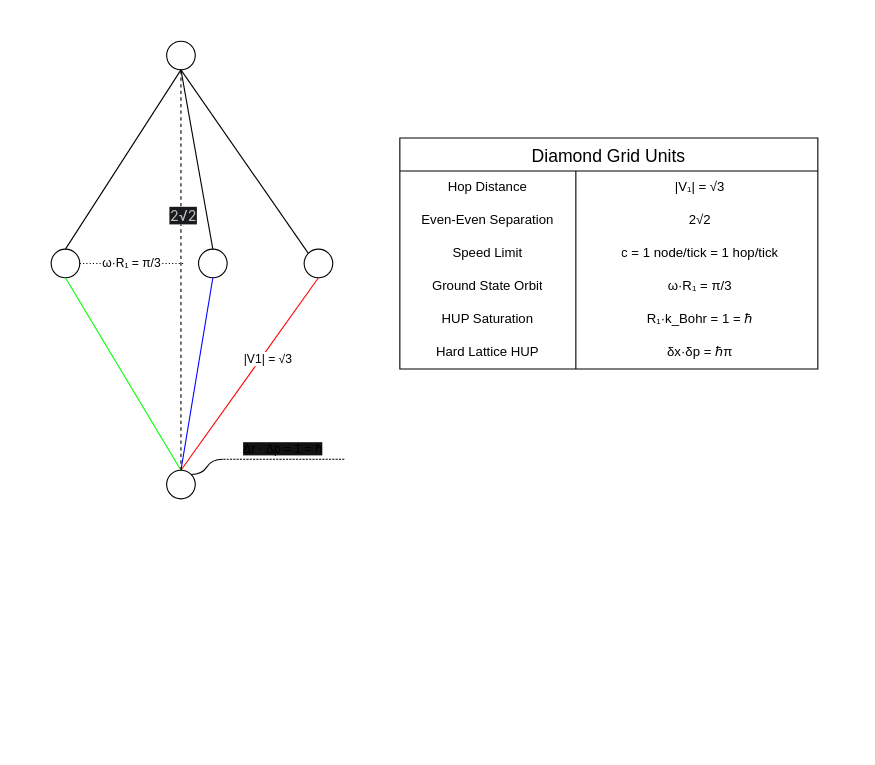
Before: figures/Diamond_Grid_Units.drawio in JackDMenendez/discrete-causal-lattice, a draw.io diagram. Source tidied: cells renumbered, new cells numbered last; positions are measured from the earlier drawing's top-left corner, leaving out a move shared by most shapes. Both pictures are drawn from the tidied source at 110%, with x=0, y=0 at pixel (51, 41).
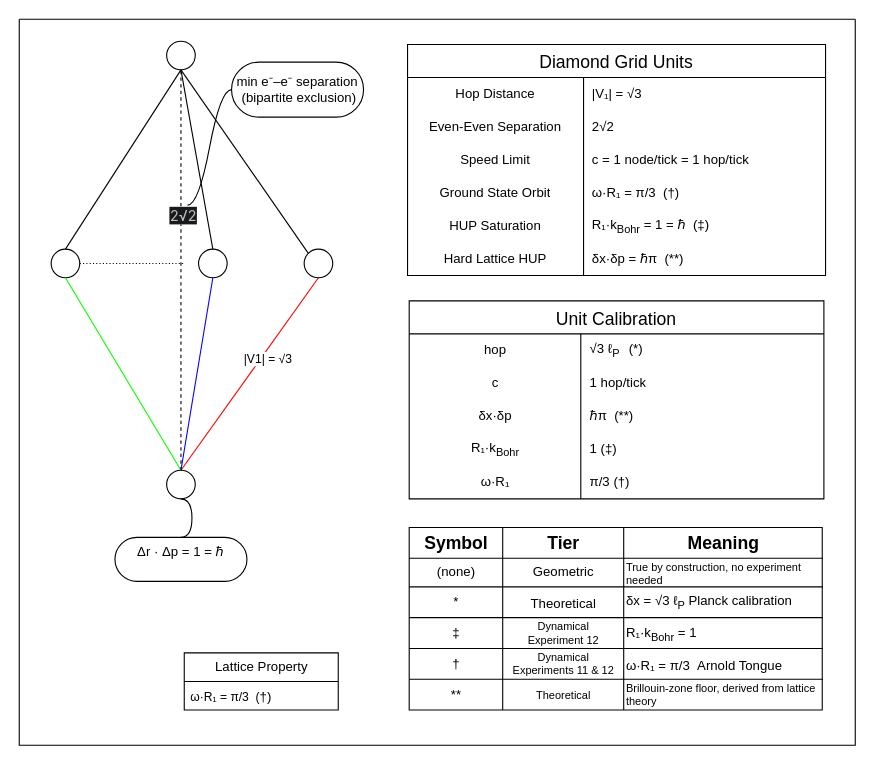
The same page after the edit.

The change refers to these unchanged cells:
```xml
<mxCell id="2" style="ellipse;whiteSpace=wrap;html=1;" parent="1" vertex="1">
  <mxGeometry y="189" width="26" height="26" as="geometry" />
</mxCell>
<mxCell id="10" style="ellipse;whiteSpace=wrap;html=1;" parent="1" vertex="1">
  <mxGeometry x="105" y="390" width="26" height="26" as="geometry" />
</mxCell>
<mxCell id="18" style="shape=tableRow;horizontal=0;startSize=0;swimlaneHead=0;swimlaneBody=0;top=0;left=0;bottom=0;right=0;fillColor=none;strokeColor=inherit;fontSize=16;" parent="17" vertex="1">
  <mxGeometry y="30" width="380" height="30" as="geometry" />
</mxCell>
<mxCell id="21" style="shape=tableRow;horizontal=0;startSize=0;swimlaneHead=0;swimlaneBody=0;top=0;left=0;bottom=0;right=0;fillColor=none;strokeColor=inherit;fontSize=16;" parent="17" vertex="1">
  <mxGeometry y="60" width="380" height="30" as="geometry" />
</mxCell>
<mxCell id="24" style="shape=tableRow;horizontal=0;startSize=0;swimlaneHead=0;swimlaneBody=0;top=0;left=0;bottom=0;right=0;fillColor=none;strokeColor=inherit;fontSize=16;" parent="17" vertex="1">
  <mxGeometry y="90" width="380" height="30" as="geometry" />
</mxCell>
<mxCell id="27" style="shape=tableRow;horizontal=0;startSize=0;swimlaneHead=0;swimlaneBody=0;top=0;left=0;bottom=0;right=0;fillColor=none;strokeColor=inherit;fontSize=16;" parent="17" vertex="1">
  <mxGeometry y="120" width="380" height="30" as="geometry" />
</mxCell>
<mxCell id="30" style="shape=tableRow;horizontal=0;startSize=0;swimlaneHead=0;swimlaneBody=0;top=0;left=0;bottom=0;right=0;fillColor=none;strokeColor=inherit;fontSize=16;" parent="17" vertex="1">
  <mxGeometry y="150" width="380" height="30" as="geometry" />
</mxCell>
<mxCell id="33" style="shape=tableRow;horizontal=0;startSize=0;swimlaneHead=0;swimlaneBody=0;top=0;left=0;bottom=0;right=0;fillColor=none;strokeColor=inherit;fontSize=16;" parent="17" vertex="1">
  <mxGeometry y="180" width="380" height="30" as="geometry" />
</mxCell>
```

Change to the diagram source:
```diff
@@
-    <mxCell id="14" value="&lt;span style=&quot;font-size: 11px; text-wrap-mode: nowrap; background-color: rgb(18, 18, 18);&quot;&gt;Δr · Δp = 1 = ℏ&lt;/span&gt;" style="whiteSpace=wrap;html=1;shape=partialRectangle;top=0;left=0;bottom=1;right=0;points=[[0,1],[1,1]];fillColor=none;align=center;verticalAlign=bottom;routingCenterY=0.5;snapToPoint=1;newEdgeStyle={&quot;edgeStyle&quot;:&quot;entityRelationEdgeStyle&quot;,&quot;startArrow&quot;:&quot;none&quot;,&quot;endArrow&quot;:&quot;none&quot;,&quot;segment&quot;:10,&quot;curved&quot;:1,&quot;sourcePerimeterSpacing&quot;:0,&quot;targetPerimeterSpacing&quot;:0};dashed=1;dashPattern=1 2;" parent="1" vertex="1">
-      <mxGeometry x="156" y="350" width="110" height="30" as="geometry" />
-    </mxCell>
-    <mxCell id="15" style="edgeStyle=entityRelationEdgeStyle;startArrow=none;endArrow=none;segment=10;curved=1;sourcePerimeterSpacing=0;targetPerimeterSpacing=0;rounded=0;exitX=1;exitY=0;exitDx=0;exitDy=0;" parent="1" edge="1" source="10" target="14">
-      <mxGeometry relative="1" as="geometry" />
-    </mxCell>
-    <mxCell id="16" value="ω·R₁ = π/3" style="endArrow=none;html=1;rounded=0;exitX=1;exitY=0.5;exitDx=0;exitDy=0;dashed=1;dashPattern=1 2;" parent="1" edge="1" source="2">
+    <mxCell id="16" style="endArrow=none;html=1;rounded=0;exitX=1;exitY=0.5;exitDx=0;exitDy=0;dashed=1;dashPattern=1 2;" parent="1" edge="1" source="2">
       <mxGeometry relative="1" as="geometry">
         <mxPoint x="120" y="202" as="targetPoint" />
       </mxGeometry>
     </mxCell>
     <mxCell id="17" value="Diamond Grid Units" style="shape=table;startSize=30;childLayout=tableLayout;rowLines=0;fontStyle=0;strokeColor=default;fontSize=16;" parent="1" vertex="1">
-      <mxGeometry x="317" y="88" width="380" height="210" as="geometry" />
+      <mxGeometry x="324" y="3" width="380" height="210" as="geometry" />
     </mxCell>
@@
-    <mxCell id="20" value="|V₁| = √3" style="shape=partialRectangle;html=1;whiteSpace=wrap;fillColor=none;top=0;left=0;bottom=0;right=0;align=center;spacingLeft=6;overflow=hidden;strokeColor=inherit;fontSize=12;" parent="18" vertex="1">
+    <mxCell id="20" value="|V₁| = √3" style="shape=partialRectangle;html=1;whiteSpace=wrap;fillColor=none;top=0;left=0;bottom=0;right=0;align=left;spacingLeft=6;overflow=hidden;strokeColor=inherit;fontSize=12;" parent="18" vertex="1">
       <mxGeometry x="160" width="220" height="30" as="geometry" />
     </mxCell>
@@
-    <mxCell id="23" value="2√2" style="shape=partialRectangle;html=1;whiteSpace=wrap;fillColor=none;top=0;left=0;bottom=0;right=0;align=center;spacingLeft=6;overflow=hidden;strokeColor=inherit;" parent="21" vertex="1">
+    <mxCell id="23" value="2√2" style="shape=partialRectangle;html=1;whiteSpace=wrap;fillColor=none;top=0;left=0;bottom=0;right=0;align=left;spacingLeft=6;overflow=hidden;strokeColor=inherit;" parent="21" vertex="1">
       <mxGeometry x="160" width="220" height="30" as="geometry" />
     </mxCell>
@@
-    <mxCell id="26" value="c = 1 node/tick = 1 hop/tick" style="shape=partialRectangle;html=1;whiteSpace=wrap;fillColor=none;top=0;left=0;bottom=0;right=0;align=center;spacingLeft=6;overflow=hidden;strokeColor=inherit;" parent="24" vertex="1">
+    <mxCell id="26" value="c = 1 node/tick = 1 hop/tick" style="shape=partialRectangle;html=1;whiteSpace=wrap;fillColor=none;top=0;left=0;bottom=0;right=0;align=left;spacingLeft=6;overflow=hidden;strokeColor=inherit;" parent="24" vertex="1">
       <mxGeometry x="160" width="220" height="30" as="geometry" />
     </mxCell>
@@
-    <mxCell id="29" value="ω·R₁ = π/3" style="shape=partialRectangle;html=1;whiteSpace=wrap;fillColor=none;top=0;left=0;bottom=0;right=0;align=center;spacingLeft=6;overflow=hidden;strokeColor=inherit;" parent="27" vertex="1">
+    <mxCell id="29" value="ω·R₁ = π/3&amp;nbsp; (&lt;span style=&quot;background-color: transparent;&quot;&gt;†)&lt;/span&gt;" style="shape=partialRectangle;html=1;whiteSpace=wrap;fillColor=none;top=0;left=0;bottom=0;right=0;align=left;spacingLeft=6;overflow=hidden;strokeColor=inherit;" parent="27" vertex="1">
       <mxGeometry x="160" width="220" height="30" as="geometry" />
     </mxCell>
@@
-    <mxCell id="32" value="R₁·k_Bohr = 1 = ℏ" style="shape=partialRectangle;html=1;whiteSpace=wrap;fillColor=none;top=0;left=0;bottom=0;right=0;align=center;spacingLeft=6;overflow=hidden;strokeColor=inherit;" parent="30" vertex="1">
+    <mxCell id="32" value="R₁·k&lt;sub&gt;Bohr&lt;/sub&gt; = 1 = ℏ&amp;nbsp; (‡)" style="shape=partialRectangle;html=1;whiteSpace=wrap;fillColor=none;top=0;left=0;bottom=0;right=0;align=left;spacingLeft=6;overflow=hidden;strokeColor=inherit;" parent="30" vertex="1">
       <mxGeometry x="160" width="220" height="30" as="geometry" />
     </mxCell>
@@
-    <mxCell id="35" value="δx·δp = ℏπ" style="shape=partialRectangle;html=1;whiteSpace=wrap;fillColor=none;top=0;left=0;bottom=0;right=0;align=center;spacingLeft=6;overflow=hidden;strokeColor=inherit;" parent="33" vertex="1">
+    <mxCell id="35" value="δx·δp = ℏπ&amp;nbsp; (&lt;span style=&quot;text-align: center;&quot;&gt;**)&lt;/span&gt;" style="shape=partialRectangle;html=1;whiteSpace=wrap;fillColor=none;top=0;left=0;bottom=0;right=0;align=left;spacingLeft=6;overflow=hidden;strokeColor=inherit;" parent="33" vertex="1">
       <mxGeometry x="160" width="220" height="30" as="geometry" />
     </mxCell>
+    <mxCell id="14" value="Δr · Δp = 1 = ℏ&lt;div&gt;&lt;br&gt;&lt;/div&gt;" style="whiteSpace=wrap;html=1;rounded=1;arcSize=50;align=center;verticalAlign=middle;strokeWidth=1;spacing=4;newEdgeStyle={&quot;edgeStyle&quot;:&quot;entityRelationEdgeStyle&quot;,&quot;startArrow&quot;:&quot;none&quot;,&quot;endArrow&quot;:&quot;none&quot;,&quot;segment&quot;:10,&quot;curved&quot;:1,&quot;sourcePerimeterSpacing&quot;:0,&quot;targetPerimeterSpacing&quot;:0};direction=west;" parent="1" vertex="1">
+      <mxGeometry x="58" y="451" width="120" height="40" as="geometry" />
+    </mxCell>
+    <mxCell id="15" style="edgeStyle=entityRelationEdgeStyle;startArrow=none;endArrow=none;segment=10;curved=1;sourcePerimeterSpacing=0;targetPerimeterSpacing=0;rounded=0;entryX=0.5;entryY=1;entryDx=0;entryDy=0;exitX=0.5;exitY=1;exitDx=0;exitDy=0;" parent="1" edge="1" source="10" target="14">
+      <mxGeometry relative="1" as="geometry" />
+    </mxCell>
+    <mxCell id="36" value="min e⁻–e⁻ separation&lt;div&gt;&amp;nbsp;(bipartite exclusion)&lt;/div&gt;" style="whiteSpace=wrap;html=1;rounded=1;arcSize=50;align=center;verticalAlign=middle;strokeWidth=1;spacing=4;newEdgeStyle={&quot;edgeStyle&quot;:&quot;entityRelationEdgeStyle&quot;,&quot;startArrow&quot;:&quot;none&quot;,&quot;endArrow&quot;:&quot;none&quot;,&quot;segment&quot;:10,&quot;curved&quot;:1,&quot;sourcePerimeterSpacing&quot;:0,&quot;targetPerimeterSpacing&quot;:0};" parent="1" vertex="1">
+      <mxGeometry x="164" y="19" width="120" height="50" as="geometry" />
+    </mxCell>
+    <mxCell id="37" style="edgeStyle=entityRelationEdgeStyle;startArrow=none;endArrow=none;segment=10;curved=1;sourcePerimeterSpacing=0;targetPerimeterSpacing=0;rounded=0;" parent="1" edge="1" target="36">
+      <mxGeometry relative="1" as="geometry">
+        <mxPoint x="124" y="149" as="sourcePoint" />
+      </mxGeometry>
+    </mxCell>
+    <mxCell id="38" value="Unit Calibration" style="shape=table;startSize=30;childLayout=tableLayout;rowLines=0;fontStyle=0;strokeColor=default;fontSize=16;" parent="1" vertex="1">
+      <mxGeometry x="325.5" y="236" width="377" height="180" as="geometry" />
+    </mxCell>
+    <mxCell id="39" style="shape=tableRow;horizontal=0;startSize=0;swimlaneHead=0;swimlaneBody=0;top=0;left=0;bottom=0;right=0;fillColor=none;strokeColor=inherit;fontSize=16;" parent="38" vertex="1">
+      <mxGeometry y="30" width="377" height="30" as="geometry" />
+    </mxCell>
+    <mxCell id="40" value="hop" style="shape=partialRectangle;html=1;whiteSpace=wrap;fillColor=none;top=0;left=0;bottom=0;right=0;overflow=hidden;strokeColor=inherit;fontSize=12;" parent="39" vertex="1">
+      <mxGeometry width="156" height="30" as="geometry" />
+    </mxCell>
+    <mxCell id="41" value="√3 ℓ&lt;sub&gt;P&amp;nbsp; &amp;nbsp;&lt;/sub&gt;&lt;span style=&quot;text-align: center;&quot;&gt;(*)&lt;/span&gt;" style="shape=partialRectangle;html=1;whiteSpace=wrap;fillColor=none;top=0;left=0;bottom=0;right=0;align=left;spacingLeft=6;overflow=hidden;strokeColor=inherit;" parent="39" vertex="1">
+      <mxGeometry x="156" width="221" height="30" as="geometry" />
+    </mxCell>
+    <mxCell id="42" style="shape=tableRow;horizontal=0;startSize=0;swimlaneHead=0;swimlaneBody=0;top=0;left=0;bottom=0;right=0;fillColor=none;strokeColor=inherit;fontSize=16;" parent="38" vertex="1">
+      <mxGeometry y="60" width="377" height="30" as="geometry" />
+    </mxCell>
+    <mxCell id="43" value="c" style="shape=partialRectangle;html=1;whiteSpace=wrap;fillColor=none;top=0;left=0;bottom=0;right=0;overflow=hidden;strokeColor=inherit;fontSize=12;" parent="42" vertex="1">
+      <mxGeometry width="156" height="30" as="geometry" />
+    </mxCell>
+    <mxCell id="44" value="1 hop/tick" style="shape=partialRectangle;html=1;whiteSpace=wrap;fillColor=none;top=0;left=0;bottom=0;right=0;align=left;spacingLeft=6;overflow=hidden;strokeColor=inherit;fontSize=12;" parent="42" vertex="1">
+      <mxGeometry x="156" width="221" height="30" as="geometry" />
+    </mxCell>
+    <mxCell id="45" style="shape=tableRow;horizontal=0;startSize=0;swimlaneHead=0;swimlaneBody=0;top=0;left=0;bottom=0;right=0;fillColor=none;strokeColor=inherit;fontSize=16;" parent="38" vertex="1">
+      <mxGeometry y="90" width="377" height="30" as="geometry" />
+    </mxCell>
+    <mxCell id="46" value="δx·δp" style="shape=partialRectangle;html=1;whiteSpace=wrap;fillColor=none;top=0;left=0;bottom=0;right=0;overflow=hidden;strokeColor=inherit;" parent="45" vertex="1">
+      <mxGeometry width="156" height="30" as="geometry" />
+    </mxCell>
+    <mxCell id="47" value="ℏπ&amp;nbsp; (**)" style="shape=partialRectangle;html=1;whiteSpace=wrap;fillColor=none;top=0;left=0;bottom=0;right=0;align=left;spacingLeft=6;overflow=hidden;strokeColor=inherit;" parent="45" vertex="1">
+      <mxGeometry x="156" width="221" height="30" as="geometry" />
+    </mxCell>
+    <mxCell id="48" style="shape=tableRow;horizontal=0;startSize=0;swimlaneHead=0;swimlaneBody=0;top=0;left=0;bottom=0;right=0;fillColor=none;strokeColor=inherit;fontSize=16;" parent="38" vertex="1">
+      <mxGeometry y="120" width="377" height="30" as="geometry" />
+    </mxCell>
+    <mxCell id="49" value="R₁·k&lt;sub&gt;Bohr&lt;/sub&gt;" style="shape=partialRectangle;html=1;whiteSpace=wrap;fillColor=none;top=0;left=0;bottom=0;right=0;overflow=hidden;strokeColor=inherit;" parent="48" vertex="1">
+      <mxGeometry width="156" height="30" as="geometry" />
+    </mxCell>
+    <mxCell id="50" value="1 (‡)" style="shape=partialRectangle;html=1;whiteSpace=wrap;fillColor=none;top=0;left=0;bottom=0;right=0;align=left;spacingLeft=6;overflow=hidden;strokeColor=inherit;" parent="48" vertex="1">
+      <mxGeometry x="156" width="221" height="30" as="geometry" />
+    </mxCell>
+    <mxCell id="51" style="shape=tableRow;horizontal=0;startSize=0;swimlaneHead=0;swimlaneBody=0;top=0;left=0;bottom=0;right=0;fillColor=none;strokeColor=inherit;fontSize=16;" parent="38" vertex="1">
+      <mxGeometry y="150" width="377" height="30" as="geometry" />
+    </mxCell>
+    <mxCell id="52" value="ω·R₁" style="shape=partialRectangle;html=1;whiteSpace=wrap;fillColor=none;top=0;left=0;bottom=0;right=0;overflow=hidden;strokeColor=inherit;" parent="51" vertex="1">
+      <mxGeometry width="156" height="30" as="geometry" />
+    </mxCell>
+    <mxCell id="53" value="π/3 (†)" style="shape=partialRectangle;html=1;whiteSpace=wrap;fillColor=none;top=0;left=0;bottom=0;right=0;align=left;spacingLeft=6;overflow=hidden;strokeColor=inherit;" parent="51" vertex="1">
+      <mxGeometry x="156" width="221" height="30" as="geometry" />
+    </mxCell>
+    <mxCell id="54" style="shape=table;startSize=0;childLayout=tableLayout;fontSize=16;" parent="1" vertex="1">
+      <mxGeometry x="325.5" y="442" width="375.5" height="166" as="geometry" />
+    </mxCell>
+    <mxCell id="55" style="shape=tableRow;horizontal=0;startSize=0;swimlaneHead=0;swimlaneBody=0;strokeColor=inherit;top=0;left=0;bottom=0;right=0;fillColor=none;fontSize=16;" parent="54" vertex="1">
+      <mxGeometry width="375.5" height="28" as="geometry" />
+    </mxCell>
+    <mxCell id="56" value="Symbol" style="shape=partialRectangle;html=1;whiteSpace=wrap;strokeColor=inherit;overflow=hidden;fillColor=none;top=0;left=0;bottom=0;right=0;fontSize=16;fontStyle=1;" parent="55" vertex="1">
+      <mxGeometry width="85" height="28" as="geometry" />
+    </mxCell>
+    <mxCell id="57" value="Tier" style="shape=partialRectangle;html=1;whiteSpace=wrap;strokeColor=inherit;overflow=hidden;fillColor=none;top=0;left=0;bottom=0;right=0;fontSize=16;fontStyle=1;" parent="55" vertex="1">
+      <mxGeometry x="85" width="110" height="28" as="geometry" />
+    </mxCell>
+    <mxCell id="58" value="Meaning" style="shape=partialRectangle;html=1;whiteSpace=wrap;strokeColor=inherit;overflow=hidden;fillColor=none;top=0;left=0;bottom=0;right=0;fontSize=16;fontStyle=1;" parent="55" vertex="1">
+      <mxGeometry x="195" width="181" height="28" as="geometry" />
+    </mxCell>
+    <mxCell id="59" style="shape=tableRow;horizontal=0;startSize=0;swimlaneHead=0;swimlaneBody=0;strokeColor=inherit;top=0;left=0;bottom=0;right=0;fillColor=none;fontSize=16;" parent="54" vertex="1">
+      <mxGeometry y="28" width="375.5" height="26" as="geometry" />
+    </mxCell>
+    <mxCell id="60" value="(none)" style="shape=partialRectangle;html=1;whiteSpace=wrap;strokeColor=inherit;overflow=hidden;fillColor=none;top=0;left=0;bottom=0;right=0;fontSize=12;" parent="59" vertex="1">
+      <mxGeometry width="85" height="26" as="geometry" />
+    </mxCell>
+    <mxCell id="61" value="Geometric" style="shape=partialRectangle;html=1;whiteSpace=wrap;strokeColor=inherit;overflow=hidden;fillColor=none;top=0;left=0;bottom=0;right=0;fontSize=12;" parent="59" vertex="1">
+      <mxGeometry x="85" width="110" height="26" as="geometry" />
+    </mxCell>
+    <mxCell id="62" value="True by construction, no experiment&lt;div&gt;needed&lt;/div&gt;" style="shape=partialRectangle;html=1;whiteSpace=wrap;strokeColor=inherit;overflow=hidden;fillColor=none;top=0;left=0;bottom=0;right=0;fontSize=10;align=left;" parent="59" vertex="1">
+      <mxGeometry x="195" width="181" height="26" as="geometry" />
+    </mxCell>
+    <mxCell id="63" style="shape=tableRow;horizontal=0;startSize=0;swimlaneHead=0;swimlaneBody=0;strokeColor=inherit;top=0;left=0;bottom=0;right=0;fillColor=none;fontSize=16;" parent="54" vertex="1">
+      <mxGeometry y="54" width="375.5" height="28" as="geometry" />
+    </mxCell>
+    <mxCell id="64" value="*" style="shape=partialRectangle;html=1;whiteSpace=wrap;strokeColor=inherit;overflow=hidden;fillColor=none;top=0;left=0;bottom=0;right=0;" parent="63" vertex="1">
+      <mxGeometry width="85" height="28" as="geometry" />
+    </mxCell>
+    <mxCell id="65" value="&lt;font style=&quot;font-size: 12px;&quot;&gt;Theoretical&lt;/font&gt;" style="shape=partialRectangle;html=1;whiteSpace=wrap;strokeColor=inherit;overflow=hidden;fillColor=none;top=0;left=0;bottom=0;right=0;fontSize=16;" parent="63" vertex="1">
+      <mxGeometry x="85" width="110" height="28" as="geometry" />
+    </mxCell>
+    <mxCell id="66" value="δx = √3 ℓ&lt;sub&gt;P&lt;/sub&gt; Planck calibration" style="shape=partialRectangle;html=1;whiteSpace=wrap;strokeColor=inherit;overflow=hidden;fillColor=none;top=0;left=0;bottom=0;right=0;align=left;" parent="63" vertex="1">
+      <mxGeometry x="195" width="181" height="28" as="geometry" />
+    </mxCell>
+    <mxCell id="67" style="shape=tableRow;horizontal=0;startSize=0;swimlaneHead=0;swimlaneBody=0;strokeColor=inherit;top=0;left=0;bottom=0;right=0;fillColor=none;fontSize=16;" parent="54" vertex="1">
+      <mxGeometry y="82" width="375.5" height="28" as="geometry" />
+    </mxCell>
+    <mxCell id="68" value="‡" style="shape=partialRectangle;html=1;whiteSpace=wrap;strokeColor=inherit;overflow=hidden;fillColor=none;top=0;left=0;bottom=0;right=0;" parent="67" vertex="1">
+      <mxGeometry width="85" height="28" as="geometry" />
+    </mxCell>
+    <mxCell id="69" value="Dynamical&lt;div&gt;Experiment 12&lt;/div&gt;" style="shape=partialRectangle;html=1;whiteSpace=wrap;strokeColor=inherit;overflow=hidden;fillColor=none;top=0;left=0;bottom=0;right=0;fontSize=10;" parent="67" vertex="1">
+      <mxGeometry x="85" width="110" height="28" as="geometry" />
+    </mxCell>
+    <mxCell id="70" value="&lt;span style=&quot;font-size: 12px;&quot;&gt;R₁·k&lt;/span&gt;&lt;sub style=&quot;&quot;&gt;&lt;font style=&quot;font-size: 10px;&quot;&gt;Bohr&lt;/font&gt;&lt;/sub&gt;&lt;span style=&quot;font-size: 12px;&quot;&gt;&amp;nbsp;= 1&lt;/span&gt;" style="shape=partialRectangle;html=1;whiteSpace=wrap;strokeColor=inherit;overflow=hidden;fillColor=none;top=0;left=0;bottom=0;right=0;fontSize=16;align=left;" parent="67" vertex="1">
+      <mxGeometry x="195" width="181" height="28" as="geometry" />
+    </mxCell>
+    <mxCell id="71" style="shape=tableRow;horizontal=0;startSize=0;swimlaneHead=0;swimlaneBody=0;strokeColor=inherit;top=0;left=0;bottom=0;right=0;fillColor=none;fontSize=16;" parent="54" vertex="1">
+      <mxGeometry y="110" width="375.5" height="28" as="geometry" />
+    </mxCell>
+    <mxCell id="72" value="†" style="shape=partialRectangle;html=1;whiteSpace=wrap;strokeColor=inherit;overflow=hidden;fillColor=none;top=0;left=0;bottom=0;right=0;" parent="71" vertex="1">
+      <mxGeometry width="85" height="28" as="geometry" />
+    </mxCell>
+    <mxCell id="73" value="Dynamical&lt;div&gt;Experiments 11 &amp;amp; 12&lt;/div&gt;" style="shape=partialRectangle;html=1;whiteSpace=wrap;strokeColor=inherit;overflow=hidden;fillColor=none;top=0;left=0;bottom=0;right=0;fontSize=10;" parent="71" vertex="1">
+      <mxGeometry x="85" width="110" height="28" as="geometry" />
+    </mxCell>
+    <mxCell id="74" value="&lt;span style=&quot;font-size: 12px;&quot;&gt;ω·R₁ = π/3&amp;nbsp; Arnold Tongue&lt;/span&gt;" style="shape=partialRectangle;html=1;whiteSpace=wrap;strokeColor=inherit;overflow=hidden;fillColor=none;top=0;left=0;bottom=0;right=0;fontSize=16;align=left;" parent="71" vertex="1">
+      <mxGeometry x="195" width="181" height="28" as="geometry" />
+    </mxCell>
+    <mxCell id="75" style="shape=tableRow;horizontal=0;startSize=0;swimlaneHead=0;swimlaneBody=0;strokeColor=inherit;top=0;left=0;bottom=0;right=0;fillColor=none;fontSize=16;" parent="54" vertex="1">
+      <mxGeometry y="138" width="375.5" height="28" as="geometry" />
+    </mxCell>
+    <mxCell id="76" value="**" style="shape=partialRectangle;html=1;whiteSpace=wrap;strokeColor=inherit;overflow=hidden;fillColor=none;top=0;left=0;bottom=0;right=0;" parent="75" vertex="1">
+      <mxGeometry width="85" height="28" as="geometry" />
+    </mxCell>
+    <mxCell id="77" value="Theoretical" style="shape=partialRectangle;html=1;whiteSpace=wrap;strokeColor=inherit;overflow=hidden;fillColor=none;top=0;left=0;bottom=0;right=0;fontSize=10;" parent="75" vertex="1">
+      <mxGeometry x="85" width="110" height="28" as="geometry" />
+    </mxCell>
+    <mxCell id="78" value="Brillouin-zone floor, derived from lattice theory" style="shape=partialRectangle;html=1;whiteSpace=wrap;strokeColor=inherit;overflow=hidden;fillColor=none;top=0;left=0;bottom=0;right=0;align=left;fontSize=10;" parent="75" vertex="1">
+      <mxGeometry x="195" width="181" height="28" as="geometry" />
+    </mxCell>
+    <mxCell id="79" value="Lattice Property" style="swimlane;fontStyle=0;horizontal=1;startSize=26;fillColor=none;html=1;" parent="1" vertex="1">
+      <mxGeometry x="121" y="556" width="140" height="52" as="geometry" />
+    </mxCell>
+    <mxCell id="80" value="&lt;span style=&quot;font-family: Arial, Helvetica; font-size: 11px;&quot;&gt;ω·R₁ = π/3&amp;nbsp; (&lt;/span&gt;&lt;span style=&quot;text-align: center;&quot;&gt;†)&lt;/span&gt;" style="text;strokeColor=none;fillColor=none;align=left;verticalAlign=top;spacingLeft=4;spacingRight=4;overflow=hidden;whiteSpace=wrap;html=1;" parent="79" vertex="1">
+      <mxGeometry y="26" width="140" height="26" as="geometry" />
+    </mxCell>
+    <mxCell id="81" style="swimlane;startSize=0;" parent="1" vertex="1">
+      <mxGeometry x="-29" y="-20" width="760" height="660" as="geometry" />
+    </mxCell>
```
